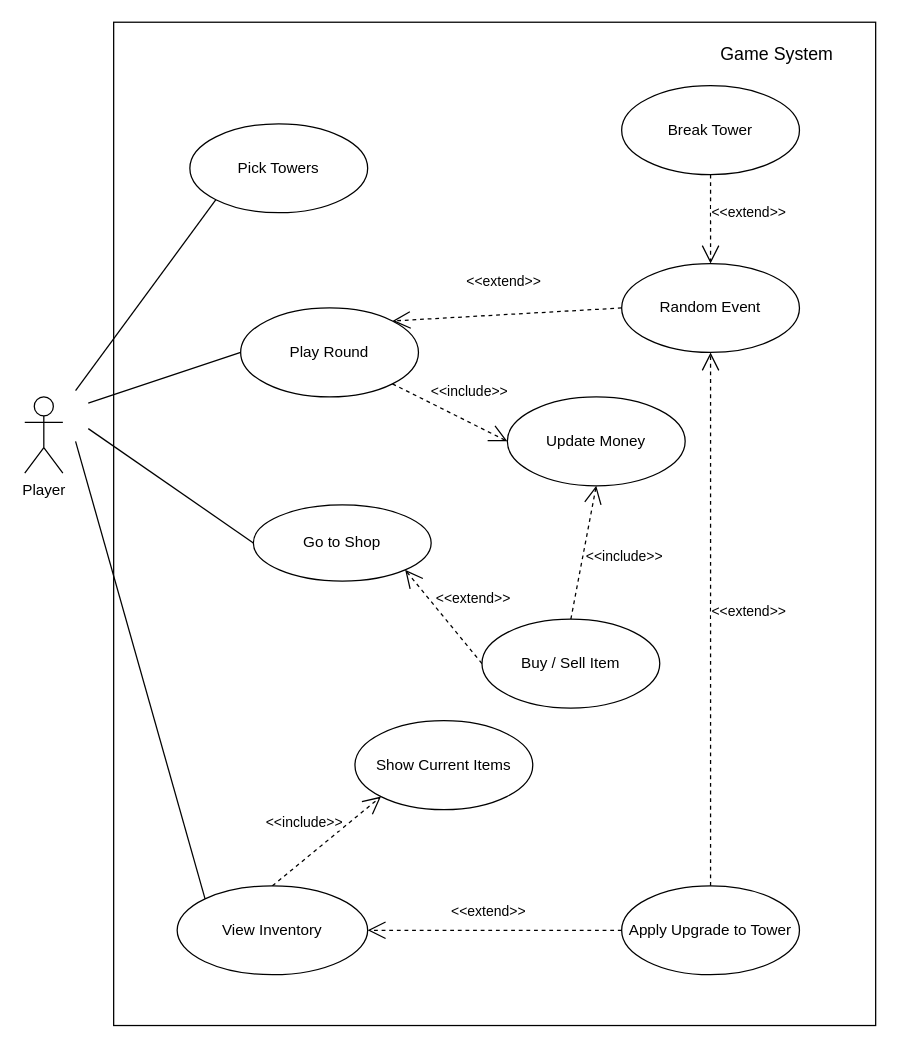
Above: page "Game" (1 of 6) of src/main/resources/uml/UseCaseDiagrams.drawio in BlobFish9669/Resource-Stockpiling (draw.io), before the change. Source tidied: cells renumbered, new cells numbered last; positions are measured from the earlier drawing's top-left corner, leaving out a move shared by most shapes. Both pictures are drawn from the tidied source at 127%, with x=0, y=0 at pixel (24, 22).
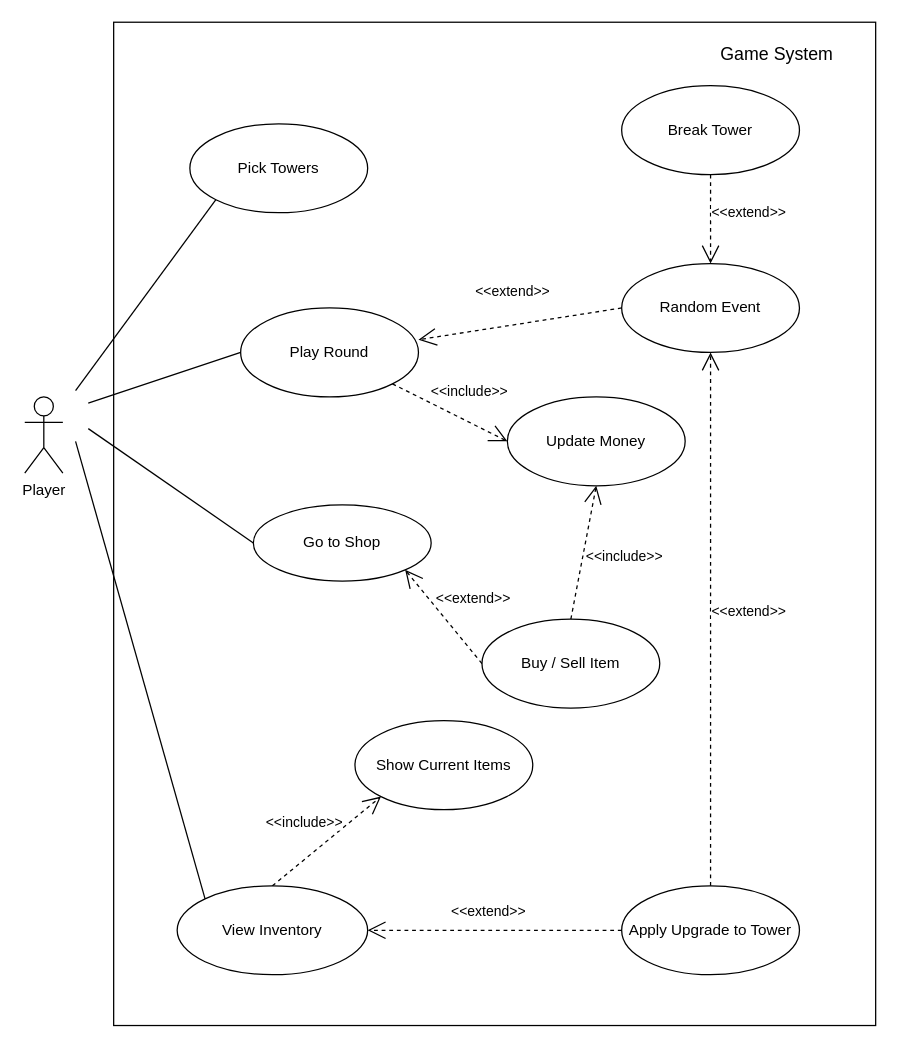
The same diagram, later.

Commit message (it also covers changes not shown here):
Created PDF files of the report, use case diagram and class diagram

Unchanged cells that the change refers to:
```xml
<mxCell id="6" value="Play Round" style="ellipse;whiteSpace=wrap;html=1;" parent="1" vertex="1">
  <mxGeometry x="170" y="225" width="140" height="70" as="geometry" />
</mxCell>
<mxCell id="9" value="Random Event" style="ellipse;whiteSpace=wrap;html=1;" parent="1" vertex="1">
  <mxGeometry x="470" y="190" width="140" height="70" as="geometry" />
</mxCell>
```

What changed in the source:
```diff
@@
-    <mxCell id="17" value="&amp;lt;&amp;lt;extend&amp;gt;&amp;gt;" style="endArrow=open;endSize=12;dashed=1;html=1;rounded=0;entryX=1;entryY=0;entryDx=0;entryDy=0;exitX=0;exitY=0.5;exitDx=0;exitDy=0;" parent="1" edge="1" source="9" target="6">
+    <mxCell id="17" value="&amp;lt;&amp;lt;extend&amp;gt;&amp;gt;" style="endArrow=open;endSize=12;dashed=1;html=1;rounded=0;entryX=1;entryY=0.357;entryDx=0;entryDy=0;exitX=0;exitY=0.5;exitDx=0;exitDy=0;entryPerimeter=0;" parent="1" edge="1" source="9" target="6">
       <mxGeometry x="0.02" y="-27" relative="1" as="geometry">
         <mxPoint y="1" as="offset" />
       </mxGeometry>
     </mxCell>
```
